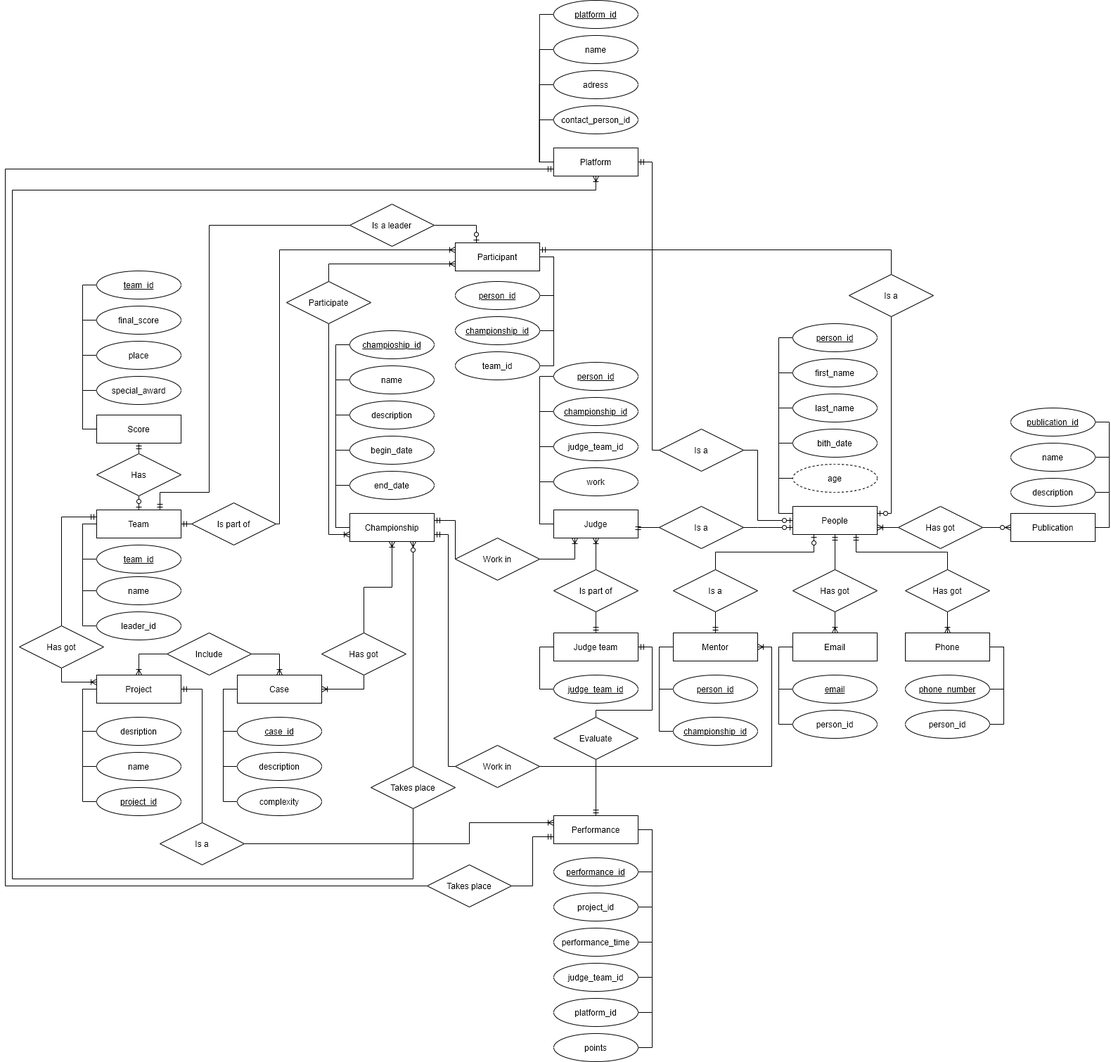
tolikttaaa/CourseProject_ISBD keeps this draw.io diagram as images/ER-ER_v1.png. Above is the earlier version. Source tidied: cells renumbered, new cells last; positions are measured from the earlier drawing's top-left corner, leaving out a move shared by most shapes.
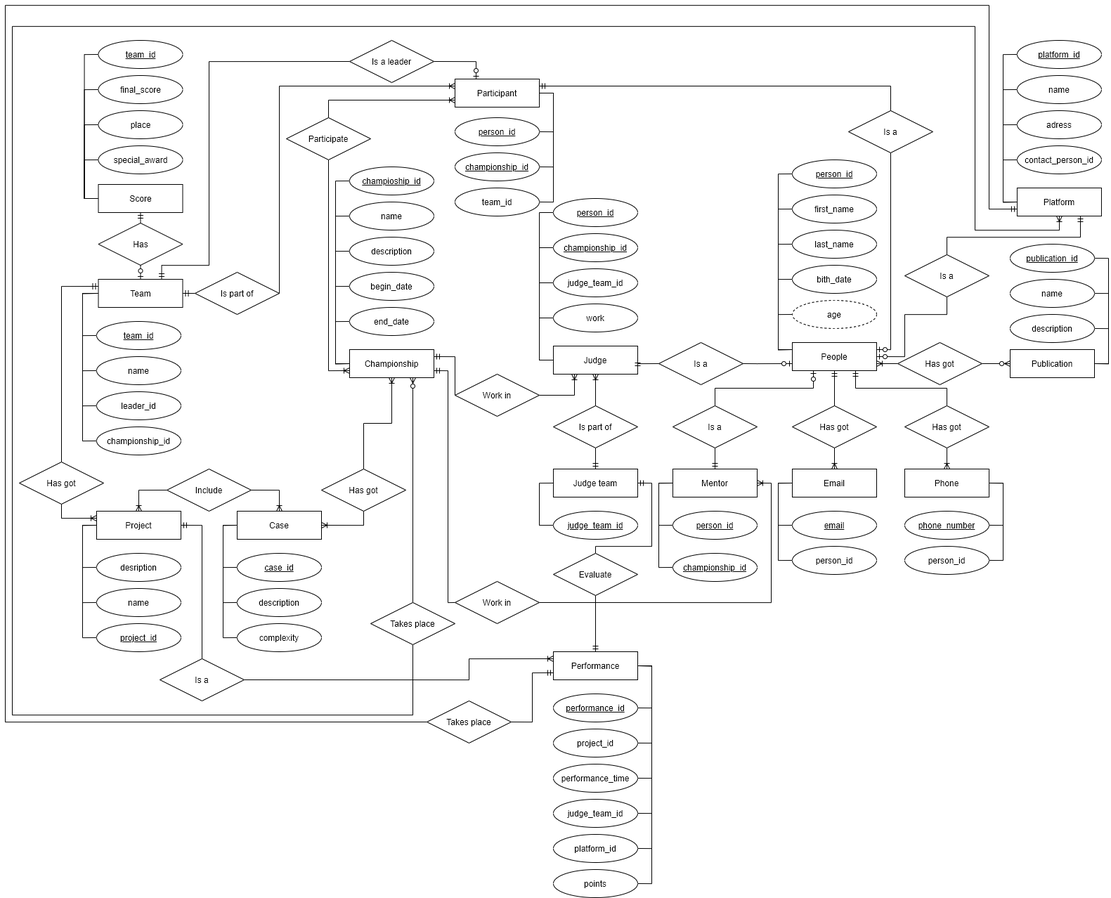
After the change.

The edit, as a diff of the source:
```diff
@@ -99,26 +99,29 @@
     <mxCell id="29" style="edgeStyle=orthogonalEdgeStyle;rounded=0;jettySize=auto;html=1;exitX=0;exitY=0.25;exitDx=0;exitDy=0;entryX=0.5;entryY=0;entryDx=0;entryDy=0;startArrow=ERmandOne;startFill=0;endArrow=none;endFill=0;" parent="1" edge="1" source="30" target="171">
       <mxGeometry relative="1" as="geometry" />
     </mxCell>
+    <mxCell id="180" style="edgeStyle=orthogonalEdgeStyle;rounded=0;jettySize=auto;html=1;exitX=0;exitY=0.5;exitDx=0;exitDy=0;entryX=0;entryY=0.5;entryDx=0;entryDy=0;endArrow=none;endFill=0;" parent="1" edge="1" source="30" target="181">
+      <mxGeometry relative="1" as="geometry" />
+    </mxCell>
     <mxCell id="30" value="Team" style="whiteSpace=wrap;html=1;align=center;" parent="1" vertex="1">
-      <mxGeometry x="130" y="725" width="120" height="40" as="geometry" />
+      <mxGeometry x="132.5" y="630" width="120" height="40" as="geometry" />
     </mxCell>
     <mxCell id="31" style="edgeStyle=orthogonalEdgeStyle;rounded=0;jettySize=auto;html=1;exitX=0;exitY=0.5;exitDx=0;exitDy=0;entryX=0;entryY=0.5;entryDx=0;entryDy=0;endArrow=none;endFill=0;" parent="1" edge="1" source="32" target="30">
       <mxGeometry relative="1" as="geometry" />
     </mxCell>
     <mxCell id="32" value="team_id" style="ellipse;whiteSpace=wrap;html=1;align=center;fontStyle=4;" parent="1" vertex="1">
-      <mxGeometry x="130" y="775" width="120" height="40" as="geometry" />
+      <mxGeometry x="130" y="690" width="120" height="40" as="geometry" />
     </mxCell>
     <mxCell id="33" style="edgeStyle=orthogonalEdgeStyle;rounded=0;jettySize=auto;html=1;exitX=0;exitY=0.5;exitDx=0;exitDy=0;entryX=0;entryY=0.5;entryDx=0;entryDy=0;endArrow=none;endFill=0;" parent="1" edge="1" source="34" target="30">
       <mxGeometry relative="1" as="geometry" />
     </mxCell>
     <mxCell id="34" value="name" style="ellipse;whiteSpace=wrap;html=1;align=center;" parent="1" vertex="1">
-      <mxGeometry x="130" y="820" width="120" height="40" as="geometry" />
+      <mxGeometry x="130" y="740" width="120" height="40" as="geometry" />
     </mxCell>
     <mxCell id="35" style="edgeStyle=orthogonalEdgeStyle;rounded=0;jettySize=auto;html=1;exitX=0;exitY=0.5;exitDx=0;exitDy=0;entryX=0;entryY=0.5;entryDx=0;entryDy=0;endArrow=none;endFill=0;" parent="1" edge="1" source="36" target="30">
       <mxGeometry relative="1" as="geometry" />
     </mxCell>
     <mxCell id="36" value="leader_id" style="ellipse;whiteSpace=wrap;html=1;align=center;" parent="1" vertex="1">
-      <mxGeometry x="130" y="870" width="120" height="40" as="geometry" />
+      <mxGeometry x="130" y="790" width="120" height="40" as="geometry" />
     </mxCell>
     <mxCell id="37" style="edgeStyle=orthogonalEdgeStyle;rounded=0;jettySize=auto;html=1;exitX=0.5;exitY=0;exitDx=0;exitDy=0;entryX=0;entryY=0.5;entryDx=0;entryDy=0;startArrow=ERoneToMany;startFill=0;endArrow=none;endFill=0;" parent="1" edge="1" source="40" target="170">
       <mxGeometry relative="1" as="geometry" />
@@ -199,6 +202,8 @@
     <mxCell id="59" style="edgeStyle=orthogonalEdgeStyle;rounded=0;jettySize=auto;html=1;exitX=0;exitY=0.75;exitDx=0;exitDy=0;entryX=0;entryY=0.5;entryDx=0;entryDy=0;startArrow=ERmandOne;startFill=0;endArrow=none;endFill=0;" parent="1" edge="1" source="61" target="165">
       <mxGeometry relative="1" as="geometry">
         <Array as="points">
+          <mxPoint x="1400" y="530" />
+          <mxPoint x="1400" y="240" />
           <mxPoint y="240" />
           <mxPoint y="1260" />
         </Array>
@@ -207,7 +212,9 @@
     <mxCell id="60" style="edgeStyle=orthogonalEdgeStyle;rounded=0;jettySize=auto;html=1;exitX=0.5;exitY=1;exitDx=0;exitDy=0;entryX=0.5;entryY=1;entryDx=0;entryDy=0;startArrow=ERoneToMany;startFill=0;endArrow=none;endFill=0;" parent="1" edge="1" source="61" target="166">
       <mxGeometry relative="1" as="geometry">
         <Array as="points">
-          <mxPoint x="840" y="270" />
+          <mxPoint x="1500" y="560" />
+          <mxPoint x="1380" y="560" />
+          <mxPoint x="1380" y="270" />
           <mxPoint x="10" y="270" />
           <mxPoint x="10" y="1250" />
           <mxPoint x="580" y="1250" />
@@ -215,31 +222,31 @@
       </mxGeometry>
     </mxCell>
     <mxCell id="61" value="Platform" style="whiteSpace=wrap;html=1;align=center;" parent="1" vertex="1">
-      <mxGeometry x="779.9" y="210" width="120" height="40" as="geometry" />
+      <mxGeometry x="1440" y="500" width="120" height="40" as="geometry" />
     </mxCell>
     <mxCell id="62" style="edgeStyle=orthogonalEdgeStyle;rounded=0;jettySize=auto;html=1;exitX=0;exitY=0.5;exitDx=0;exitDy=0;entryX=0;entryY=0.5;entryDx=0;entryDy=0;endArrow=none;endFill=0;" parent="1" edge="1" source="63" target="61">
       <mxGeometry relative="1" as="geometry" />
     </mxCell>
     <mxCell id="63" value="platform_id" style="ellipse;whiteSpace=wrap;html=1;align=center;fontStyle=4;" parent="1" vertex="1">
-      <mxGeometry x="779.9" width="120" height="40" as="geometry" />
+      <mxGeometry x="1440" y="290" width="120" height="40" as="geometry" />
     </mxCell>
     <mxCell id="64" style="edgeStyle=orthogonalEdgeStyle;rounded=0;jettySize=auto;html=1;exitX=0;exitY=0.5;exitDx=0;exitDy=0;entryX=0;entryY=0.5;entryDx=0;entryDy=0;endArrow=none;endFill=0;" parent="1" edge="1" source="65" target="61">
       <mxGeometry relative="1" as="geometry" />
     </mxCell>
     <mxCell id="65" value="name" style="ellipse;whiteSpace=wrap;html=1;align=center;" parent="1" vertex="1">
-      <mxGeometry x="779.9" y="50" width="120" height="40" as="geometry" />
+      <mxGeometry x="1440" y="340" width="120" height="40" as="geometry" />
     </mxCell>
     <mxCell id="66" style="edgeStyle=orthogonalEdgeStyle;rounded=0;jettySize=auto;html=1;exitX=0;exitY=0.5;exitDx=0;exitDy=0;entryX=0;entryY=0.5;entryDx=0;entryDy=0;endArrow=none;endFill=0;" parent="1" edge="1" source="67" target="61">
       <mxGeometry relative="1" as="geometry" />
     </mxCell>
     <mxCell id="67" value="adress" style="ellipse;whiteSpace=wrap;html=1;align=center;" parent="1" vertex="1">
-      <mxGeometry x="779.9" y="100" width="120" height="40" as="geometry" />
+      <mxGeometry x="1440" y="390" width="120" height="40" as="geometry" />
     </mxCell>
     <mxCell id="68" style="edgeStyle=orthogonalEdgeStyle;rounded=0;jettySize=auto;html=1;exitX=0;exitY=0.5;exitDx=0;exitDy=0;entryX=0;entryY=0.5;entryDx=0;entryDy=0;endArrow=none;endFill=0;" parent="1" edge="1" source="69" target="61">
       <mxGeometry relative="1" as="geometry" />
     </mxCell>
     <mxCell id="69" value="contact_person_id" style="ellipse;whiteSpace=wrap;html=1;align=center;" parent="1" vertex="1">
-      <mxGeometry x="779.9" y="150" width="120" height="40" as="geometry" />
+      <mxGeometry x="1440" y="440" width="120" height="40" as="geometry" />
     </mxCell>
     <mxCell id="70" style="edgeStyle=orthogonalEdgeStyle;rounded=0;jettySize=auto;html=1;exitX=0;exitY=0.5;exitDx=0;exitDy=0;entryX=0;entryY=0.5;entryDx=0;entryDy=0;endArrow=none;endFill=0;" parent="1" edge="1" source="72" target="74">
       <mxGeometry relative="1" as="geometry" />
@@ -314,31 +321,31 @@
       <mxGeometry relative="1" as="geometry" />
     </mxCell>
     <mxCell id="94" value="Score" style="whiteSpace=wrap;html=1;align=center;" parent="1" vertex="1">
-      <mxGeometry x="130" y="590" width="120" height="40" as="geometry" />
+      <mxGeometry x="132.5" y="495" width="120" height="40" as="geometry" />
     </mxCell>
     <mxCell id="95" style="edgeStyle=orthogonalEdgeStyle;rounded=0;jettySize=auto;html=1;exitX=0;exitY=0.5;exitDx=0;exitDy=0;entryX=0;entryY=0.5;entryDx=0;entryDy=0;endArrow=none;endFill=0;" parent="1" edge="1" source="96" target="94">
       <mxGeometry relative="1" as="geometry" />
     </mxCell>
     <mxCell id="96" value="team_id" style="ellipse;whiteSpace=wrap;html=1;align=center;fontStyle=4;" parent="1" vertex="1">
-      <mxGeometry x="130" y="385" width="120" height="40" as="geometry" />
+      <mxGeometry x="132.5" y="290" width="120" height="40" as="geometry" />
     </mxCell>
     <mxCell id="97" style="edgeStyle=orthogonalEdgeStyle;rounded=0;jettySize=auto;html=1;exitX=0;exitY=0.5;exitDx=0;exitDy=0;entryX=0;entryY=0.5;entryDx=0;entryDy=0;endArrow=none;endFill=0;" parent="1" edge="1" source="98" target="94">
       <mxGeometry relative="1" as="geometry" />
     </mxCell>
     <mxCell id="98" value="place" style="ellipse;whiteSpace=wrap;html=1;align=center;" parent="1" vertex="1">
-      <mxGeometry x="130" y="485" width="120" height="40" as="geometry" />
+      <mxGeometry x="132.5" y="390" width="120" height="40" as="geometry" />
     </mxCell>
     <mxCell id="99" style="edgeStyle=orthogonalEdgeStyle;rounded=0;jettySize=auto;html=1;exitX=0;exitY=0.5;exitDx=0;exitDy=0;entryX=0;entryY=0.5;entryDx=0;entryDy=0;endArrow=none;endFill=0;" parent="1" edge="1" source="100" target="94">
       <mxGeometry relative="1" as="geometry" />
     </mxCell>
     <mxCell id="100" value="final_score" style="ellipse;whiteSpace=wrap;html=1;align=center;" parent="1" vertex="1">
-      <mxGeometry x="130" y="435" width="120" height="40" as="geometry" />
+      <mxGeometry x="132.5" y="340" width="120" height="40" as="geometry" />
     </mxCell>
     <mxCell id="101" style="edgeStyle=orthogonalEdgeStyle;rounded=0;jettySize=auto;html=1;exitX=0;exitY=0.5;exitDx=0;exitDy=0;entryX=0;entryY=0.5;entryDx=0;entryDy=0;endArrow=none;endFill=0;" parent="1" edge="1" source="102" target="94">
       <mxGeometry relative="1" as="geometry" />
     </mxCell>
     <mxCell id="102" value="special_award" style="ellipse;whiteSpace=wrap;html=1;align=center;" parent="1" vertex="1">
-      <mxGeometry x="130" y="535" width="120" height="40" as="geometry" />
+      <mxGeometry x="132.5" y="440" width="120" height="40" as="geometry" />
     </mxCell>
     <mxCell id="103" style="edgeStyle=orthogonalEdgeStyle;rounded=0;jettySize=auto;html=1;exitX=1;exitY=0.5;exitDx=0;exitDy=0;entryX=0.5;entryY=1;entryDx=0;entryDy=0;startArrow=ERoneToMany;startFill=0;endArrow=none;endFill=0;" parent="1" edge="1" source="105" target="168">
       <mxGeometry relative="1" as="geometry" />
@@ -529,21 +536,22 @@
       <mxGeometry x="640" y="500" width="120" height="40" as="geometry" />
     </mxCell>
     <mxCell id="158" value="Is a" style="shape=rhombus;perimeter=rhombusPerimeter;whiteSpace=wrap;html=1;align=center;" parent="1" vertex="1">
-      <mxGeometry x="930" y="610" width="120" height="60" as="geometry" />
+      <mxGeometry x="1280" y="595" width="120" height="60" as="geometry" />
     </mxCell>
-    <mxCell id="159" style="edgeStyle=orthogonalEdgeStyle;rounded=0;jettySize=auto;html=1;exitX=1;exitY=0.5;exitDx=0;exitDy=0;entryX=0;entryY=0.5;entryDx=0;entryDy=0;startArrow=none;startFill=0;endArrow=ERzeroToOne;endFill=1;" parent="1" edge="1" source="158" target="24">
+    <mxCell id="159" style="edgeStyle=orthogonalEdgeStyle;rounded=0;jettySize=auto;html=1;exitX=0.5;exitY=1;exitDx=0;exitDy=0;entryX=1;entryY=0.5;entryDx=0;entryDy=0;startArrow=none;startFill=0;endArrow=ERzeroToOne;endFill=1;" parent="1" edge="1" source="158" target="24">
       <mxGeometry relative="1" as="geometry">
         <Array as="points">
-          <mxPoint x="1070" y="640" />
-          <mxPoint x="1070" y="740" />
+          <mxPoint x="1340" y="680" />
+          <mxPoint x="1280" y="680" />
+          <mxPoint x="1280" y="740" />
         </Array>
       </mxGeometry>
     </mxCell>
-    <mxCell id="160" style="edgeStyle=orthogonalEdgeStyle;rounded=0;jettySize=auto;html=1;exitX=0;exitY=0.5;exitDx=0;exitDy=0;entryX=1;entryY=0.5;entryDx=0;entryDy=0;startArrow=none;startFill=0;endArrow=ERmandOne;endFill=0;" parent="1" edge="1" source="158" target="61">
+    <mxCell id="160" style="edgeStyle=orthogonalEdgeStyle;rounded=0;jettySize=auto;html=1;exitX=0.5;exitY=0;exitDx=0;exitDy=0;entryX=0.75;entryY=1;entryDx=0;entryDy=0;startArrow=none;startFill=0;endArrow=ERmandOne;endFill=0;" parent="1" edge="1" source="158" target="61">
       <mxGeometry relative="1" as="geometry">
         <Array as="points">
-          <mxPoint x="920" y="640" />
-          <mxPoint x="920" y="230" />
+          <mxPoint x="1340" y="570" />
+          <mxPoint x="1530" y="570" />
         </Array>
       </mxGeometry>
     </mxCell>
@@ -587,33 +595,35 @@
       <mxGeometry relative="1" as="geometry" />
     </mxCell>
     <mxCell id="174" value="Has" style="shape=rhombus;perimeter=rhombusPerimeter;whiteSpace=wrap;html=1;align=center;" parent="1" vertex="1">
-      <mxGeometry x="130" y="645" width="120" height="60" as="geometry" />
+      <mxGeometry x="132.5" y="550" width="120" height="60" as="geometry" />
     </mxCell>
     <mxCell id="175" style="edgeStyle=orthogonalEdgeStyle;rounded=0;jettySize=auto;html=1;exitX=0;exitY=0.5;exitDx=0;exitDy=0;entryX=0.75;entryY=0;entryDx=0;entryDy=0;startArrow=none;startFill=0;endArrow=ERmandOne;endFill=0;" parent="1" edge="1" source="176" target="30">
       <mxGeometry relative="1" as="geometry">
         <Array as="points">
           <mxPoint x="290" y="320" />
-          <mxPoint x="290" y="700" />
-          <mxPoint x="220" y="700" />
+          <mxPoint x="290" y="610" />
+          <mxPoint x="223" y="610" />
         </Array>
       </mxGeometry>
     </mxCell>
     <mxCell id="176" value="Is a leader" style="shape=rhombus;perimeter=rhombusPerimeter;whiteSpace=wrap;html=1;align=center;" parent="1" vertex="1">
       <mxGeometry x="490" y="290" width="120" height="60" as="geometry" />
     </mxCell>
-    <mxCell id="177" style="edgeStyle=orthogonalEdgeStyle;rounded=0;jettySize=auto;html=1;exitX=0;exitY=0.5;exitDx=0;exitDy=0;entryX=1;entryY=0.5;entryDx=0;entryDy=0;startArrow=none;startFill=0;endArrow=ERmandOne;endFill=0;" parent="1" edge="1" source="178" target="30">
+    <mxCell id="177" style="edgeStyle=orthogonalEdgeStyle;rounded=0;jettySize=auto;html=1;entryX=1;entryY=0.5;entryDx=0;entryDy=0;startArrow=none;startFill=0;endArrow=ERmandOne;endFill=0;exitX=0;exitY=0.5;exitDx=0;exitDy=0;" parent="1" edge="1" source="178" target="30">
       <mxGeometry relative="1" as="geometry" />
     </mxCell>
     <mxCell id="178" value="Is part of" style="shape=rhombus;perimeter=rhombusPerimeter;whiteSpace=wrap;html=1;align=center;" parent="1" vertex="1">
-      <mxGeometry x="265" y="715" width="120" height="60" as="geometry" />
+      <mxGeometry x="270" y="620" width="120" height="60" as="geometry" />
     </mxCell>
     <mxCell id="179" style="edgeStyle=orthogonalEdgeStyle;rounded=0;jettySize=auto;html=1;exitX=0;exitY=0.25;exitDx=0;exitDy=0;entryX=1;entryY=0.5;entryDx=0;entryDy=0;startArrow=ERoneToMany;startFill=0;endArrow=none;endFill=0;" parent="1" edge="1" source="151" target="178">
       <mxGeometry relative="1" as="geometry">
         <Array as="points">
           <mxPoint x="390" y="355" />
-          <mxPoint x="390" y="745" />
         </Array>
       </mxGeometry>
     </mxCell>
+    <mxCell id="181" value="championship_id" style="ellipse;whiteSpace=wrap;html=1;align=center;" parent="1" vertex="1">
+      <mxGeometry x="130" y="840" width="120" height="40" as="geometry" />
+    </mxCell>
   </root>
 </mxGraphModel>
```
